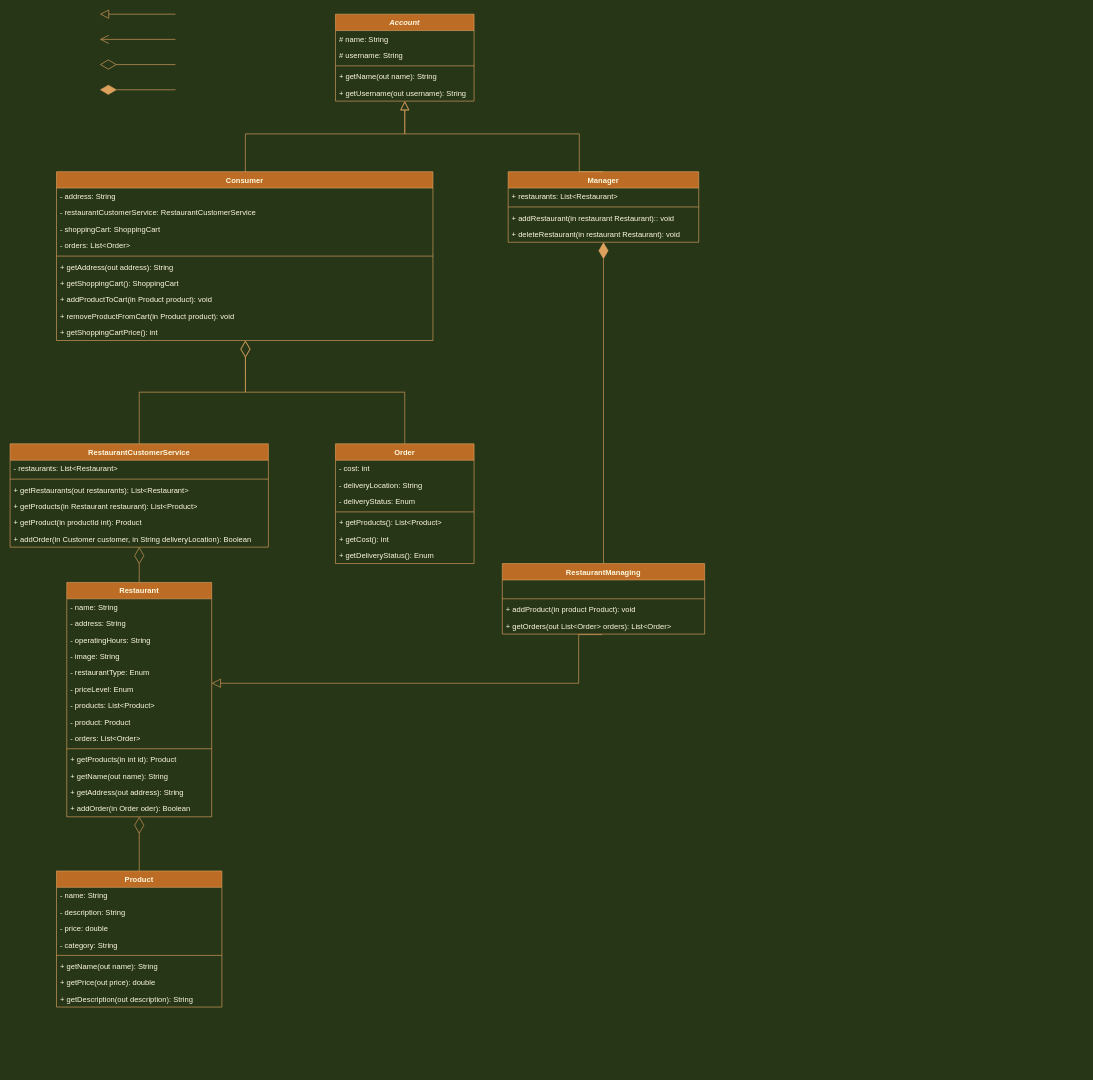
Above: UML/AWA_UML_Class.drawio in AWAProjectT35/awa-documentation (draw.io), before the change. Source tidied: cells renumbered, new cells numbered last; positions are measured from the earlier drawing's top-left corner, leaving out a move shared by most shapes. Both pictures are drawn from the tidied source at 63%, with x=0, y=0 at pixel (10, 14).
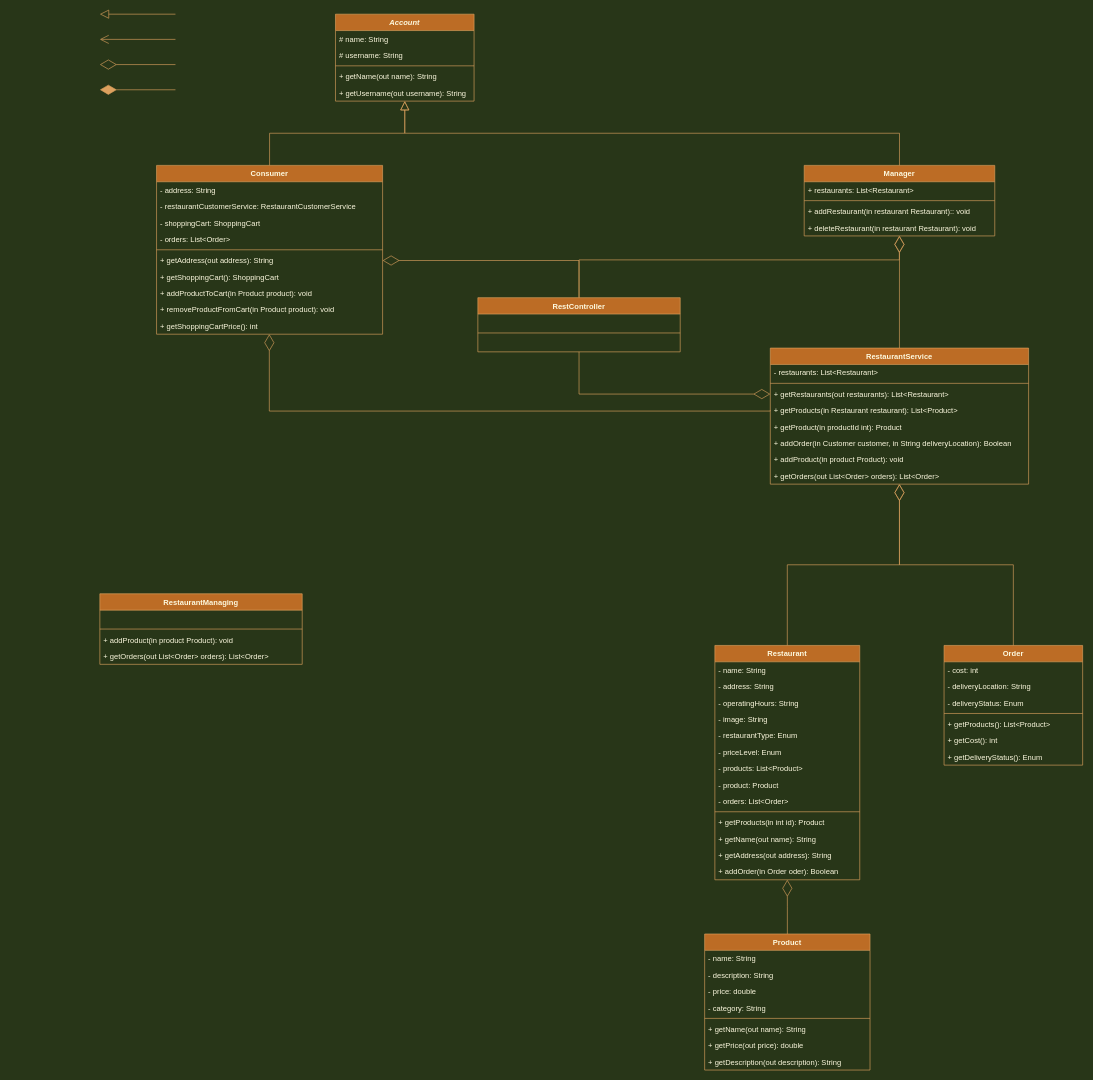
Above is the later version.

Commit message (it also covers changes not shown here):
UML Class Diagram: RestaurantService moved into Manager

The change refers to these unchanged cells:
```xml
<mxCell id="3" value="Account" style="swimlane;fontStyle=3;align=center;verticalAlign=top;horizontal=1;startSize=26;rounded=0;shadow=0;glass=0;labelBorderColor=none;strokeColor=#DDA15E;fillColor=#BC6C25;fontColor=#FEFAE0;" parent="1" vertex="1">
  <mxGeometry x="516" width="220" height="138" as="geometry" />
</mxCell>
<mxCell id="61" value="+ getRestaurants(out restaurants): List&lt;Restaurant&gt;" style="text;strokeColor=none;fillColor=none;align=left;verticalAlign=top;spacingLeft=4;spacingRight=4;overflow=hidden;points=[[0,0.5],[1,0.5]];portConstraint=eastwest;rounded=0;shadow=0;glass=0;labelBorderColor=none;fontColor=#FEFAE0;" parent="58" vertex="1">
  <mxGeometry y="60" width="410" height="26" as="geometry" />
</mxCell>
<mxCell id="62" value="+ getProducts(in Restaurant restaurant): List&lt;Product&gt;" style="text;strokeColor=none;fillColor=none;align=left;verticalAlign=top;spacingLeft=4;spacingRight=4;overflow=hidden;points=[[0,0.5],[1,0.5]];portConstraint=eastwest;rounded=0;shadow=0;glass=0;labelBorderColor=none;fontColor=#FEFAE0;" parent="58" vertex="1">
  <mxGeometry y="86" width="410" height="26" as="geometry" />
</mxCell>
<mxCell id="75" value="+ getOrders(out List&lt;Order&gt; orders): List&lt;Order&gt;" style="text;strokeColor=none;fillColor=none;align=left;verticalAlign=top;spacingLeft=4;spacingRight=4;overflow=hidden;points=[[0,0.5],[1,0.5]];portConstraint=eastwest;rounded=0;shadow=0;glass=0;labelBorderColor=none;fontColor=#FEFAE0;" parent="71" vertex="1">
  <mxGeometry y="86" width="321.2" height="26" as="geometry" />
</mxCell>
```

Change to the diagram source:
```diff
@@
     <mxCell id="9" value="Consumer" style="swimlane;fontStyle=1;align=center;verticalAlign=top;horizontal=1;startSize=26;rounded=0;shadow=0;glass=0;labelBorderColor=none;strokeColor=#DDA15E;fillColor=#BC6C25;fontColor=#FEFAE0;" parent="1" vertex="1">
-      <mxGeometry x="73.2" y="250" width="597.5" height="268" as="geometry" />
+      <mxGeometry x="232" y="240" width="358.8" height="268" as="geometry" />
     </mxCell>
     <mxCell id="10" value="- address: String" style="text;strokeColor=none;fillColor=none;align=left;verticalAlign=top;spacingLeft=4;spacingRight=4;overflow=hidden;rounded=0;shadow=0;glass=0;labelBorderColor=none;fontColor=#FEFAE0;" parent="9" vertex="1">
-      <mxGeometry y="26" width="597.5" height="26" as="geometry" />
+      <mxGeometry y="26" width="358.8" height="26" as="geometry" />
     </mxCell>
     <mxCell id="11" value="- restaurantCustomerService: RestaurantCustomerService" style="text;strokeColor=none;fillColor=none;align=left;verticalAlign=top;spacingLeft=4;spacingRight=4;overflow=hidden;rounded=0;shadow=0;glass=0;labelBorderColor=none;fontColor=#FEFAE0;" parent="9" vertex="1">
-      <mxGeometry y="52" width="597.5" height="26" as="geometry" />
+      <mxGeometry y="52" width="358.8" height="26" as="geometry" />
     </mxCell>
     <mxCell id="12" value="- shoppingCart: ShoppingCart" style="text;strokeColor=none;fillColor=none;align=left;verticalAlign=top;spacingLeft=4;spacingRight=4;overflow=hidden;rounded=0;shadow=0;glass=0;labelBorderColor=none;fontColor=#FEFAE0;" parent="9" vertex="1">
-      <mxGeometry y="78" width="597.5" height="26" as="geometry" />
+      <mxGeometry y="78" width="358.8" height="26" as="geometry" />
     </mxCell>
     <mxCell id="13" value="- orders: List&lt;Order&gt;" style="text;strokeColor=none;fillColor=none;align=left;verticalAlign=top;spacingLeft=4;spacingRight=4;overflow=hidden;rounded=0;shadow=0;glass=0;labelBorderColor=none;fontColor=#FEFAE0;" parent="9" vertex="1">
-      <mxGeometry y="104" width="597.5" height="26" as="geometry" />
+      <mxGeometry y="104" width="358.8" height="26" as="geometry" />
     </mxCell>
     <mxCell id="14" style="line;strokeWidth=1;fillColor=none;align=left;verticalAlign=middle;spacingTop=-1;spacingLeft=3;spacingRight=3;labelPosition=right;rounded=0;shadow=0;glass=0;labelBorderColor=none;labelBackgroundColor=#283618;strokeColor=#DDA15E;fontColor=#FEFAE0;" parent="9" vertex="1">
-      <mxGeometry y="130" width="597.5" height="8" as="geometry" />
+      <mxGeometry y="130" width="358.8" height="8" as="geometry" />
     </mxCell>
     <mxCell id="15" value="+ getAddress(out address): String" style="text;strokeColor=none;fillColor=none;align=left;verticalAlign=top;spacingLeft=4;spacingRight=4;overflow=hidden;points=[[0,0.5],[1,0.5]];portConstraint=eastwest;rounded=0;shadow=0;glass=0;labelBorderColor=none;fontColor=#FEFAE0;" parent="9" vertex="1">
-      <mxGeometry y="138" width="597.5" height="26" as="geometry" />
+      <mxGeometry y="138" width="358.8" height="26" as="geometry" />
     </mxCell>
     <mxCell id="16" value="+ getShoppingCart(): ShoppingCart" style="text;strokeColor=none;fillColor=none;align=left;verticalAlign=top;spacingLeft=4;spacingRight=4;overflow=hidden;rounded=0;shadow=0;glass=0;labelBorderColor=none;fontColor=#FEFAE0;" parent="9" vertex="1">
-      <mxGeometry y="164" width="597.5" height="26" as="geometry" />
+      <mxGeometry y="164" width="358.8" height="26" as="geometry" />
     </mxCell>
     <mxCell id="17" value="+ addProductToCart(in Product product): void" style="text;strokeColor=none;fillColor=none;align=left;verticalAlign=top;spacingLeft=4;spacingRight=4;overflow=hidden;rounded=0;shadow=0;glass=0;labelBorderColor=none;fontColor=#FEFAE0;" parent="9" vertex="1">
-      <mxGeometry y="190" width="597.5" height="26" as="geometry" />
+      <mxGeometry y="190" width="358.8" height="26" as="geometry" />
     </mxCell>
     <mxCell id="18" value="+ removeProductFromCart(in Product product): void" style="text;strokeColor=none;fillColor=none;align=left;verticalAlign=top;spacingLeft=4;spacingRight=4;overflow=hidden;rounded=0;shadow=0;glass=0;labelBorderColor=none;fontColor=#FEFAE0;" parent="9" vertex="1">
-      <mxGeometry y="216" width="597.5" height="26" as="geometry" />
+      <mxGeometry y="216" width="358.8" height="26" as="geometry" />
     </mxCell>
     <mxCell id="19" value="+ getShoppingCartPrice(): int" style="text;strokeColor=none;fillColor=none;align=left;verticalAlign=top;spacingLeft=4;spacingRight=4;overflow=hidden;points=[[0,0.5],[1,0.5]];portConstraint=eastwest;rounded=0;shadow=0;glass=0;labelBorderColor=none;fontColor=#FEFAE0;" parent="9" vertex="1">
-      <mxGeometry y="242" width="597.5" height="26" as="geometry" />
+      <mxGeometry y="242" width="358.8" height="26" as="geometry" />
     </mxCell>
     <mxCell id="20" value="Manager" style="swimlane;fontStyle=1;align=center;verticalAlign=top;horizontal=1;startSize=26;rounded=0;shadow=0;glass=0;labelBorderColor=none;strokeColor=#DDA15E;fillColor=#BC6C25;fontColor=#FEFAE0;" parent="1" vertex="1">
-      <mxGeometry x="790.1" y="250" width="302.5" height="112" as="geometry" />
+      <mxGeometry x="1260" y="240" width="302.5" height="112" as="geometry" />
     </mxCell>
@@
     <mxCell id="25" value="Product" style="swimlane;fontStyle=1;align=center;verticalAlign=top;horizontal=1;startSize=26;rounded=0;shadow=0;glass=0;labelBorderColor=none;strokeColor=#DDA15E;fillColor=#BC6C25;fontColor=#FEFAE0;" parent="1" vertex="1">
-      <mxGeometry x="73.2" y="1360" width="262.5" height="216" as="geometry" />
+      <mxGeometry x="1102" y="1460" width="262.5" height="216" as="geometry" />
     </mxCell>
@@
     <mxCell id="34" value="Restaurant" style="swimlane;fontStyle=1;align=center;verticalAlign=top;horizontal=1;startSize=26;rounded=0;shadow=0;glass=0;labelBorderColor=none;strokeColor=#DDA15E;fillColor=#BC6C25;fontColor=#FEFAE0;" parent="1" vertex="1">
-      <mxGeometry x="89.5" y="902" width="230" height="372" as="geometry" />
+      <mxGeometry x="1118.2" y="1002" width="230" height="372" as="geometry" />
     </mxCell>
@@
     <mxCell id="50" value="Order&#10;" style="swimlane;fontStyle=1;align=center;verticalAlign=top;horizontal=1;startSize=26;rounded=0;shadow=0;glass=0;labelBorderColor=none;strokeColor=#DDA15E;fillColor=#BC6C25;fontColor=#FEFAE0;" parent="1" vertex="1">
-      <mxGeometry x="516" y="682" width="220" height="190" as="geometry" />
+      <mxGeometry x="1482" y="1002" width="220" height="190" as="geometry" />
     </mxCell>
@@
-    <mxCell id="58" value="RestaurantCustomerService" style="swimlane;fontStyle=1;align=center;verticalAlign=top;horizontal=1;startSize=26;rounded=0;shadow=0;glass=0;labelBorderColor=none;strokeColor=#DDA15E;fillColor=#BC6C25;fontColor=#FEFAE0;" parent="1" vertex="1">
-      <mxGeometry x="-0.5" y="682" width="410" height="164" as="geometry" />
+    <mxCell id="58" value="RestaurantService" style="swimlane;fontStyle=1;align=center;verticalAlign=top;horizontal=1;startSize=26;rounded=0;shadow=0;glass=0;labelBorderColor=none;strokeColor=#DDA15E;fillColor=#BC6C25;fontColor=#FEFAE0;" parent="1" vertex="1">
+      <mxGeometry x="1206.2" y="530" width="410" height="216" as="geometry" />
     </mxCell>
@@
-    <mxCell id="65" style="endArrow=block;endFill=0;endSize=12;html=1;rounded=0;edgeStyle=orthogonalEdgeStyle;labelBackgroundColor=#283618;strokeColor=#DDA15E;fontColor=#FEFAE0;exitX=0.5;exitY=0;exitDx=0;exitDy=0;" parent="1" edge="1" source="9" target="3">
-      <mxGeometry relative="1" as="geometry">
-        <Array as="points">
-          <mxPoint x="373" y="250" />
-          <mxPoint x="373" y="190" />
-          <mxPoint x="626" y="190" />
-        </Array>
-      </mxGeometry>
-    </mxCell>
-    <mxCell id="66" style="endArrow=block;endFill=0;endSize=12;html=1;rounded=0;edgeStyle=orthogonalEdgeStyle;labelBackgroundColor=#283618;strokeColor=#DDA15E;fontColor=#FEFAE0;exitX=0.5;exitY=0;exitDx=0;exitDy=0;" parent="1" edge="1" source="20" target="3">
-      <mxGeometry relative="1" as="geometry">
-        <Array as="points">
-          <mxPoint x="903" y="190" />
-          <mxPoint x="626" y="190" />
-        </Array>
-      </mxGeometry>
-    </mxCell>
+    <mxCell id="80" value="+ addProduct(in product Product): void" style="text;strokeColor=none;fillColor=none;align=left;verticalAlign=top;spacingLeft=4;spacingRight=4;overflow=hidden;rounded=0;shadow=0;glass=0;labelBorderColor=none;fontColor=#FEFAE0;" parent="58" vertex="1">
+      <mxGeometry y="164" width="410" height="26" as="geometry" />
+    </mxCell>
+    <mxCell id="81" value="+ getOrders(out List&lt;Order&gt; orders): List&lt;Order&gt;" style="text;strokeColor=none;fillColor=none;align=left;verticalAlign=top;spacingLeft=4;spacingRight=4;overflow=hidden;rounded=0;shadow=0;glass=0;labelBorderColor=none;fontColor=#FEFAE0;" parent="58" vertex="1">
+      <mxGeometry y="190" width="410" height="26" as="geometry" />
+    </mxCell>
@@
-    <mxCell id="68" style="endArrow=diamondThin;endFill=0;endSize=24;html=1;rounded=0;edgeStyle=orthogonalEdgeStyle;fillColor=#60a917;strokeColor=#DDA15E;" parent="1" edge="1" source="58" target="9">
-      <mxGeometry relative="1" as="geometry">
-        <Array as="points">
-          <mxPoint x="205" y="600" />
-          <mxPoint x="373" y="600" />
-        </Array>
-      </mxGeometry>
-    </mxCell>
@@
     <mxCell id="71" value="RestaurantManaging" style="swimlane;fontStyle=1;align=center;verticalAlign=top;horizontal=1;startSize=26;rounded=0;shadow=0;glass=0;labelBorderColor=none;strokeColor=#DDA15E;fillColor=#BC6C25;fontColor=#FEFAE0;" parent="1" vertex="1">
-      <mxGeometry x="780.8" y="872" width="321.2" height="112" as="geometry" />
+      <mxGeometry x="142" y="920" width="321.2" height="112" as="geometry" />
     </mxCell>
@@
-    <mxCell id="76" style="endArrow=block;endFill=0;endSize=12;html=1;rounded=0;edgeStyle=orthogonalEdgeStyle;labelBackgroundColor=#283618;strokeColor=#DDA15E;fontColor=#FEFAE0;exitX=0.493;exitY=1.03;exitDx=0;exitDy=0;exitPerimeter=0;" parent="1" edge="1" source="75" target="34">
-      <mxGeometry relative="1" as="geometry">
-        <Array as="points">
-          <mxPoint x="902" y="1062" />
-        </Array>
-      </mxGeometry>
-    </mxCell>
@@
-    <mxCell id="78" style="endArrow=diamondThin;endFill=1;endSize=24;html=1;rounded=0;strokeColor=#DDA15E;edgeStyle=orthogonalEdgeStyle;" parent="1" edge="1" source="71" target="20">
-      <mxGeometry relative="1" as="geometry" />
-    </mxCell>
-    <mxCell id="79" style="endArrow=diamondThin;endFill=0;endSize=24;html=1;rounded=0;edgeStyle=orthogonalEdgeStyle;strokeColor=#DDA15E;exitX=0.5;exitY=0;exitDx=0;exitDy=0;entryX=0.502;entryY=1.013;entryDx=0;entryDy=0;entryPerimeter=0;" parent="1" edge="1" source="50" target="19">
-      <mxGeometry relative="1" as="geometry">
-        <Array as="points">
-          <mxPoint x="626" y="600" />
-          <mxPoint x="373" y="600" />
-        </Array>
-      </mxGeometry>
-    </mxCell>
+    <mxCell id="82" style="endArrow=diamondThin;endFill=0;endSize=24;html=1;rounded=0;edgeStyle=orthogonalEdgeStyle;strokeColor=#DDA15E;" parent="1" edge="1" source="58" target="20">
+      <mxGeometry relative="1" as="geometry" />
+    </mxCell>
+    <mxCell id="66" style="endArrow=block;endFill=0;endSize=12;html=1;rounded=0;edgeStyle=orthogonalEdgeStyle;labelBackgroundColor=#283618;strokeColor=#DDA15E;fontColor=#FEFAE0;exitX=0.5;exitY=0;exitDx=0;exitDy=0;" parent="1" edge="1" source="20" target="3">
+      <mxGeometry relative="1" as="geometry" />
+    </mxCell>
+    <mxCell id="65" style="endArrow=block;endFill=0;endSize=12;html=1;rounded=0;edgeStyle=orthogonalEdgeStyle;labelBackgroundColor=#283618;strokeColor=#DDA15E;fontColor=#FEFAE0;exitX=0.5;exitY=0;exitDx=0;exitDy=0;" parent="1" edge="1" source="9" target="3">
+      <mxGeometry relative="1" as="geometry" />
+    </mxCell>
+    <mxCell id="83" style="endArrow=diamondThin;endFill=0;endSize=24;html=1;rounded=0;edgeStyle=orthogonalEdgeStyle;strokeColor=#DDA15E;exitX=0.5;exitY=0;exitDx=0;exitDy=0;" parent="1" edge="1" source="50" target="58">
+      <mxGeometry relative="1" as="geometry" />
+    </mxCell>
+    <mxCell id="84" style="endArrow=diamondThin;endFill=0;endSize=24;html=1;rounded=0;edgeStyle=orthogonalEdgeStyle;strokeColor=#DDA15E;exitX=0;exitY=0.5;exitDx=0;exitDy=0;" parent="1" edge="1" source="62" target="9">
+      <mxGeometry relative="1" as="geometry">
+        <Array as="points">
+          <mxPoint x="1206" y="630" />
+          <mxPoint x="411" y="630" />
+        </Array>
+      </mxGeometry>
+    </mxCell>
+    <mxCell id="85" value="RestController" style="swimlane;fontStyle=1;align=center;verticalAlign=top;horizontal=1;startSize=26;rounded=0;shadow=0;glass=0;labelBorderColor=none;strokeColor=#DDA15E;fillColor=#BC6C25;fontColor=#FEFAE0;" parent="1" vertex="1">
+      <mxGeometry x="742" y="450" width="321.2" height="86" as="geometry" />
+    </mxCell>
+    <mxCell id="86" value=" " style="text;strokeColor=none;fillColor=none;align=left;verticalAlign=top;spacingLeft=4;spacingRight=4;overflow=hidden;rounded=0;shadow=0;glass=0;labelBorderColor=none;fontColor=#FEFAE0;" parent="85" vertex="1">
+      <mxGeometry y="26" width="321.2" height="26" as="geometry" />
+    </mxCell>
+    <mxCell id="87" style="line;strokeWidth=1;fillColor=none;align=left;verticalAlign=middle;spacingTop=-1;spacingLeft=3;spacingRight=3;labelPosition=right;rounded=0;shadow=0;glass=0;labelBorderColor=none;labelBackgroundColor=#283618;strokeColor=#DDA15E;fontColor=#FEFAE0;" parent="85" vertex="1">
+      <mxGeometry y="52" width="321.2" height="8" as="geometry" />
+    </mxCell>
+    <mxCell id="88" value=" " style="text;strokeColor=none;fillColor=none;align=left;verticalAlign=top;spacingLeft=4;spacingRight=4;overflow=hidden;rounded=0;shadow=0;glass=0;labelBorderColor=none;fontColor=#FEFAE0;" parent="85" vertex="1">
+      <mxGeometry y="60" width="321.2" height="26" as="geometry" />
+    </mxCell>
+    <mxCell id="89" style="endArrow=diamondThin;endFill=0;endSize=24;html=1;rounded=0;edgeStyle=orthogonalEdgeStyle;strokeColor=#DDA15E;entryX=1;entryY=0.5;entryDx=0;entryDy=0;" parent="1" edge="1" source="85" target="15">
+      <mxGeometry relative="1" as="geometry" />
+    </mxCell>
+    <mxCell id="90" style="endArrow=diamondThin;endFill=0;endSize=24;html=1;rounded=0;edgeStyle=orthogonalEdgeStyle;strokeColor=#DDA15E;exitX=0.5;exitY=0;exitDx=0;exitDy=0;" parent="1" edge="1" source="85" target="20">
+      <mxGeometry relative="1" as="geometry">
+        <Array as="points">
+          <mxPoint x="903" y="390" />
+          <mxPoint x="1411" y="390" />
+        </Array>
+      </mxGeometry>
+    </mxCell>
+    <mxCell id="91" style="endArrow=diamondThin;endFill=0;endSize=24;html=1;rounded=0;edgeStyle=orthogonalEdgeStyle;strokeColor=#DDA15E;entryX=0;entryY=0.5;entryDx=0;entryDy=0;" parent="1" edge="1" source="85" target="61">
+      <mxGeometry relative="1" as="geometry" />
+    </mxCell>
```
